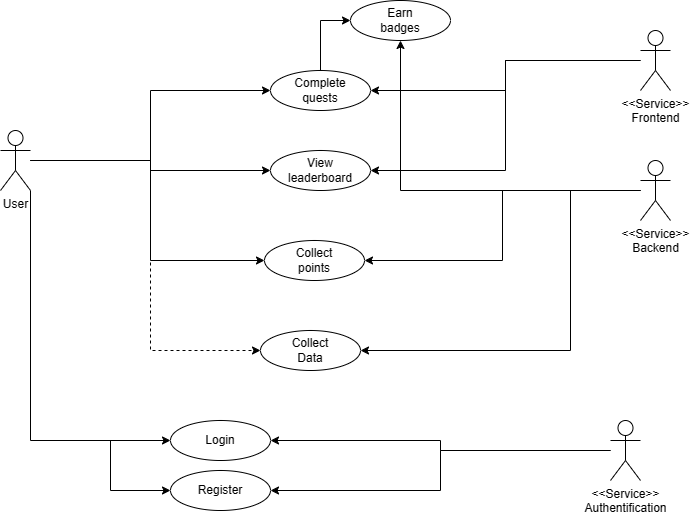
The draw.io diagram docs/requirement_analysis/use_case.png in DubskySteam/AQP, before a commit. Source tidied: cells renumbered, new cells last; positions are measured from the earlier drawing's top-left corner, leaving out a move shared by most shapes.
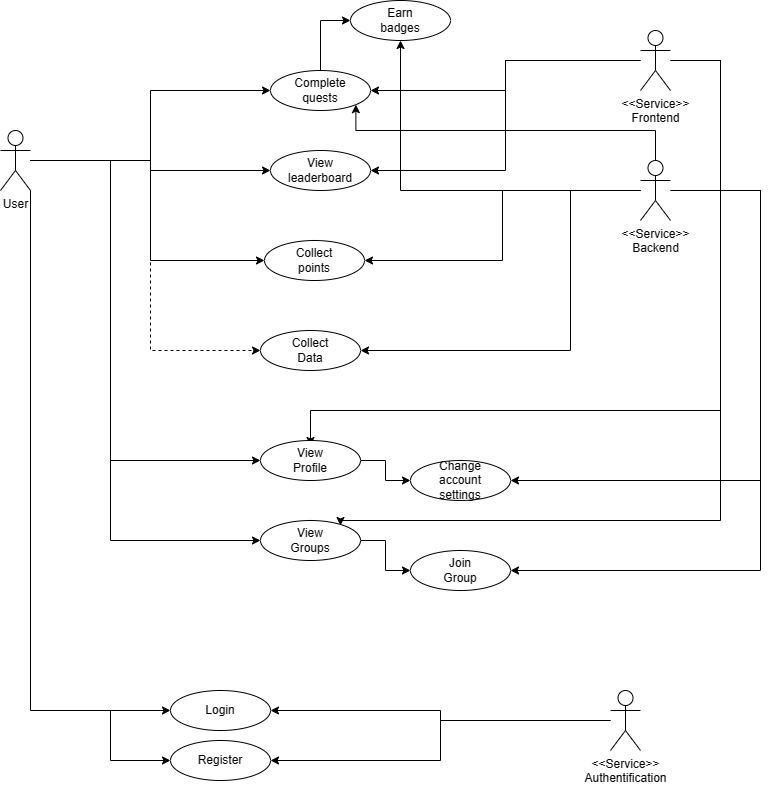
Above is the later version.

Commit message:
update use case diagrams

The edit, as a diff of the source:
```diff
@@ -27,20 +27,36 @@
         </Array>
       </mxGeometry>
     </mxCell>
+    <mxCell id="34" style="edgeStyle=orthogonalEdgeStyle;rounded=0;jettySize=auto;html=1;entryX=0;entryY=0.5;entryDx=0;entryDy=0;" parent="1" edge="1" source="7" target="47">
+      <mxGeometry relative="1" as="geometry">
+        <Array as="points">
+          <mxPoint x="110" y="160" />
+          <mxPoint x="110" y="460" />
+        </Array>
+      </mxGeometry>
+    </mxCell>
+    <mxCell id="35" style="edgeStyle=orthogonalEdgeStyle;rounded=0;jettySize=auto;html=1;entryX=0;entryY=0.5;entryDx=0;entryDy=0;" parent="1" edge="1" source="7" target="42">
+      <mxGeometry relative="1" as="geometry">
+        <Array as="points">
+          <mxPoint x="110" y="160" />
+          <mxPoint x="110" y="540" />
+        </Array>
+      </mxGeometry>
+    </mxCell>
     <mxCell id="7" value="User" style="shape=umlActor;html=1;verticalLabelPosition=bottom;verticalAlign=top;align=center;" parent="1" vertex="1">
       <mxGeometry y="130" width="30" height="60" as="geometry" />
     </mxCell>
     <mxCell id="8" style="ellipse;whiteSpace=wrap;html=1;" parent="1" vertex="1">
-      <mxGeometry x="170" y="420" width="100" height="40" as="geometry" />
+      <mxGeometry x="170" y="690" width="100" height="40" as="geometry" />
     </mxCell>
     <mxCell id="9" value="Login" style="text;html=1;strokeColor=none;fillColor=none;align=center;verticalAlign=middle;whiteSpace=wrap;rounded=0;" parent="1" vertex="1">
-      <mxGeometry x="190" y="425" width="60" height="30" as="geometry" />
+      <mxGeometry x="190" y="695" width="60" height="30" as="geometry" />
     </mxCell>
     <mxCell id="10" style="ellipse;whiteSpace=wrap;html=1;" parent="1" vertex="1">
-      <mxGeometry x="170" y="470" width="100" height="40" as="geometry" />
+      <mxGeometry x="170" y="740" width="100" height="40" as="geometry" />
     </mxCell>
     <mxCell id="11" value="Register" style="text;html=1;strokeColor=none;fillColor=none;align=center;verticalAlign=middle;whiteSpace=wrap;rounded=0;" parent="1" vertex="1">
-      <mxGeometry x="190" y="475" width="60" height="30" as="geometry" />
+      <mxGeometry x="190" y="745" width="60" height="30" as="geometry" />
     </mxCell>
     <mxCell id="12" style="edgeStyle=orthogonalEdgeStyle;rounded=0;jettySize=auto;html=1;entryX=0;entryY=0.5;entryDx=0;entryDy=0;" parent="1" edge="1" source="13" target="32">
       <mxGeometry relative="1" as="geometry" />
@@ -64,7 +80,7 @@
       <mxGeometry relative="1" as="geometry" />
     </mxCell>
     <mxCell id="19" value="&amp;lt;&amp;lt;Service&amp;gt;&amp;gt;&lt;br&gt;Authentification" style="shape=umlActor;html=1;verticalLabelPosition=bottom;verticalAlign=top;align=center;" parent="1" vertex="1">
-      <mxGeometry x="610" y="420" width="30" height="60" as="geometry" />
+      <mxGeometry x="610" y="690" width="30" height="60" as="geometry" />
     </mxCell>
     <mxCell id="20" style="ellipse;whiteSpace=wrap;html=1;" parent="1" vertex="1">
       <mxGeometry x="264" y="240" width="100" height="40" as="geometry" />
@@ -92,14 +108,38 @@
     <mxCell id="26" style="edgeStyle=orthogonalEdgeStyle;rounded=0;jettySize=auto;html=1;entryX=0.5;entryY=1;entryDx=0;entryDy=0;" parent="1" edge="1" source="27" target="32">
       <mxGeometry relative="1" as="geometry" />
     </mxCell>
+    <mxCell id="36" style="edgeStyle=orthogonalEdgeStyle;rounded=0;jettySize=auto;html=1;entryX=1;entryY=1;entryDx=0;entryDy=0;" parent="1" edge="1" source="27" target="13">
+      <mxGeometry relative="1" as="geometry">
+        <Array as="points">
+          <mxPoint x="655" y="130" />
+          <mxPoint x="355" y="130" />
+        </Array>
+      </mxGeometry>
+    </mxCell>
+    <mxCell id="37" style="edgeStyle=orthogonalEdgeStyle;rounded=0;jettySize=auto;html=1;entryX=1;entryY=0.5;entryDx=0;entryDy=0;" parent="1" edge="1" source="27" target="49">
+      <mxGeometry relative="1" as="geometry">
+        <Array as="points">
+          <mxPoint x="760" y="190" />
+          <mxPoint x="760" y="480" />
+        </Array>
+      </mxGeometry>
+    </mxCell>
+    <mxCell id="38" style="edgeStyle=orthogonalEdgeStyle;rounded=0;jettySize=auto;html=1;entryX=1;entryY=0.5;entryDx=0;entryDy=0;" parent="1" edge="1" source="27" target="44">
+      <mxGeometry relative="1" as="geometry">
+        <Array as="points">
+          <mxPoint x="760" y="190" />
+          <mxPoint x="760" y="570" />
+        </Array>
+      </mxGeometry>
+    </mxCell>
     <mxCell id="27" value="&amp;lt;&amp;lt;Service&amp;gt;&amp;gt;&lt;br&gt;Backend" style="shape=umlActor;html=1;verticalLabelPosition=bottom;verticalAlign=top;align=center;" parent="1" vertex="1">
       <mxGeometry x="640" y="160" width="30" height="60" as="geometry" />
     </mxCell>
     <mxCell id="28" style="endArrow=classic;html=1;rounded=0;entryX=0;entryY=0.5;entryDx=0;entryDy=0;" parent="1" edge="1" target="10">
       <mxGeometry relative="1" as="geometry">
-        <mxPoint x="110" y="440" as="sourcePoint" />
+        <mxPoint x="110" y="710" as="sourcePoint" />
         <Array as="points">
-          <mxPoint x="110" y="490" />
+          <mxPoint x="110" y="760" />
         </Array>
       </mxGeometry>
     </mxCell>
@@ -109,6 +149,24 @@
     <mxCell id="30" style="edgeStyle=orthogonalEdgeStyle;rounded=0;jettySize=auto;html=1;entryX=1;entryY=0.5;entryDx=0;entryDy=0;" parent="1" edge="1" source="31" target="15">
       <mxGeometry relative="1" as="geometry" />
     </mxCell>
+    <mxCell id="39" style="edgeStyle=orthogonalEdgeStyle;rounded=0;jettySize=auto;html=1;entryX=0.5;entryY=0;entryDx=0;entryDy=0;" parent="1" edge="1" source="31" target="48">
+      <mxGeometry relative="1" as="geometry">
+        <Array as="points">
+          <mxPoint x="720" y="60" />
+          <mxPoint x="720" y="410" />
+          <mxPoint x="310" y="410" />
+        </Array>
+      </mxGeometry>
+    </mxCell>
+    <mxCell id="40" style="edgeStyle=orthogonalEdgeStyle;rounded=0;jettySize=auto;html=1;entryX=1;entryY=0;entryDx=0;entryDy=0;" parent="1" edge="1" source="31" target="43">
+      <mxGeometry relative="1" as="geometry">
+        <Array as="points">
+          <mxPoint x="720" y="60" />
+          <mxPoint x="720" y="520" />
+          <mxPoint x="340" y="520" />
+        </Array>
+      </mxGeometry>
+    </mxCell>
     <mxCell id="31" value="&amp;lt;&amp;lt;Service&amp;gt;&amp;gt;&lt;br&gt;Frontend" style="shape=umlActor;html=1;verticalLabelPosition=bottom;verticalAlign=top;align=center;" parent="1" vertex="1">
       <mxGeometry x="640" y="30" width="30" height="60" as="geometry" />
     </mxCell>
@@ -118,5 +176,35 @@
     <mxCell id="33" value="Earn badges" style="text;html=1;strokeColor=none;fillColor=none;align=center;verticalAlign=middle;whiteSpace=wrap;rounded=0;" parent="1" vertex="1">
       <mxGeometry x="370" y="5" width="60" height="30" as="geometry" />
     </mxCell>
+    <mxCell id="41" style="edgeStyle=orthogonalEdgeStyle;rounded=0;jettySize=auto;html=1;entryX=0;entryY=0.5;entryDx=0;entryDy=0;" parent="1" edge="1" source="42" target="44">
+      <mxGeometry relative="1" as="geometry" />
+    </mxCell>
+    <mxCell id="42" style="ellipse;whiteSpace=wrap;html=1;" parent="1" vertex="1">
+      <mxGeometry x="260" y="520" width="100" height="40" as="geometry" />
+    </mxCell>
+    <mxCell id="43" value="View Groups" style="text;html=1;strokeColor=none;fillColor=none;align=center;verticalAlign=middle;whiteSpace=wrap;rounded=0;" parent="1" vertex="1">
+      <mxGeometry x="280" y="525" width="60" height="30" as="geometry" />
+    </mxCell>
+    <mxCell id="44" style="ellipse;whiteSpace=wrap;html=1;" parent="1" vertex="1">
+      <mxGeometry x="410" y="550" width="100" height="40" as="geometry" />
+    </mxCell>
+    <mxCell id="45" value="Join Group" style="text;html=1;strokeColor=none;fillColor=none;align=center;verticalAlign=middle;whiteSpace=wrap;rounded=0;" parent="1" vertex="1">
+      <mxGeometry x="430" y="555" width="60" height="30" as="geometry" />
+    </mxCell>
+    <mxCell id="46" style="edgeStyle=orthogonalEdgeStyle;rounded=0;jettySize=auto;html=1;entryX=0;entryY=0.5;entryDx=0;entryDy=0;" parent="1" edge="1" source="47" target="49">
+      <mxGeometry relative="1" as="geometry" />
+    </mxCell>
+    <mxCell id="47" style="ellipse;whiteSpace=wrap;html=1;" parent="1" vertex="1">
+      <mxGeometry x="260" y="440" width="100" height="40" as="geometry" />
+    </mxCell>
+    <mxCell id="48" value="View Profile" style="text;html=1;strokeColor=none;fillColor=none;align=center;verticalAlign=middle;whiteSpace=wrap;rounded=0;" parent="1" vertex="1">
+      <mxGeometry x="280" y="445" width="60" height="30" as="geometry" />
+    </mxCell>
+    <mxCell id="49" style="ellipse;whiteSpace=wrap;html=1;" parent="1" vertex="1">
+      <mxGeometry x="410" y="460" width="100" height="40" as="geometry" />
+    </mxCell>
+    <mxCell id="50" value="Change account settings" style="text;html=1;strokeColor=none;fillColor=none;align=center;verticalAlign=middle;whiteSpace=wrap;rounded=0;" parent="1" vertex="1">
+      <mxGeometry x="430" y="465" width="60" height="30" as="geometry" />
+    </mxCell>
   </root>
 </mxGraphModel>
```
